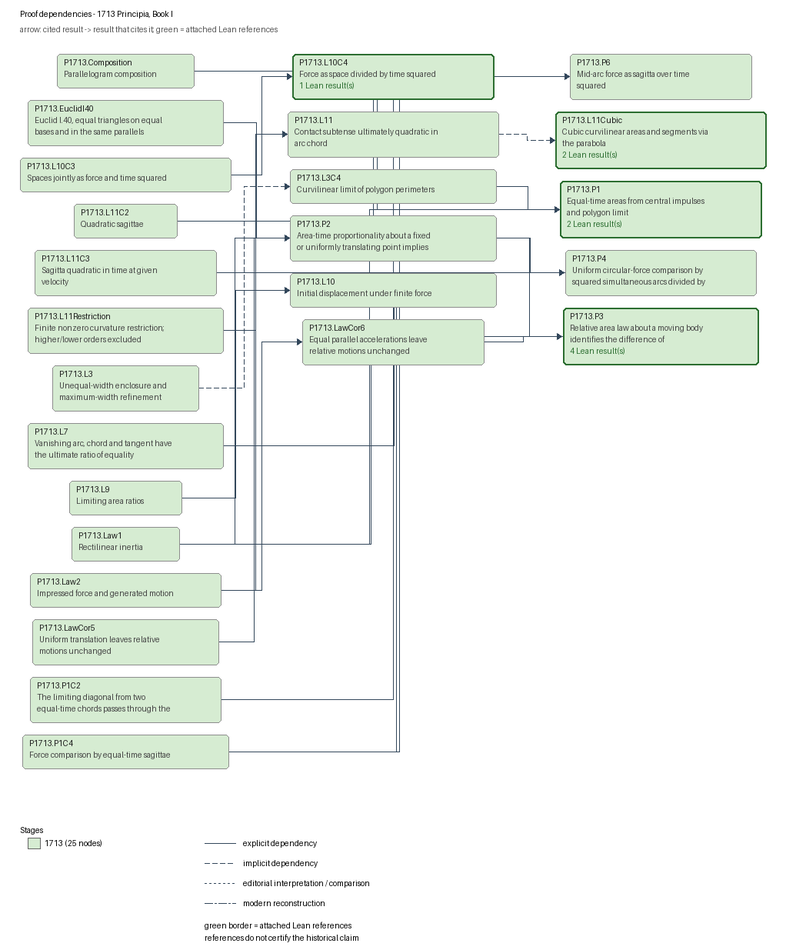
The Graphviz diagram docs/graphs/proof-1713.png in arivero/newtonlean, before a commit. Its source is kept beside it as docs/graphs/proof-1713.dot. Source of this version:
```dot
digraph proof-1713 {
  rankdir=LR;
  node [shape=box, style="rounded,filled"];
  "P1713.Composition" [label="P1713.Composition\nParallelogram composition", fillcolor="#d6ecd2", color="#8d8d8d", penwidth=1];
  "P1713.EuclidI40" [label="P1713.EuclidI40\nEuclid I.40, equal triangles on equal\nbases and in the same parallels", fillcolor="#d6ecd2", color="#8d8d8d", penwidth=1];
  "P1713.L10" [label="P1713.L10\nInitial displacement under finite force", fillcolor="#d6ecd2", color="#8d8d8d", penwidth=1];
  "P1713.L10C3" [label="P1713.L10C3\nSpaces jointly as force and time squared", fillcolor="#d6ecd2", color="#8d8d8d", penwidth=1];
  "P1713.L10C4" [label="P1713.L10C4\nForce as space divided by time squared\n1 Lean result(s)", fillcolor="#d6ecd2", color="#2c6e31", penwidth=2];
  "P1713.L11" [label="P1713.L11\nContact subtense ultimately quadratic in\narc chord", fillcolor="#d6ecd2", color="#8d8d8d", penwidth=1];
  "P1713.L11C2" [label="P1713.L11C2\nQuadratic sagittae", fillcolor="#d6ecd2", color="#8d8d8d", penwidth=1];
  "P1713.L11C3" [label="P1713.L11C3\nSagitta quadratic in time at given\nvelocity", fillcolor="#d6ecd2", color="#8d8d8d", penwidth=1];
  "P1713.L11Cubic" [label="P1713.L11Cubic\nCubic curvilinear areas and segments via\nthe parabola\n2 Lean result(s)", fillcolor="#d6ecd2", color="#2c6e31", penwidth=2];
  "P1713.L11Restriction" [label="P1713.L11Restriction\nFinite nonzero curvature restriction;\nhigher/lower orders excluded", fillcolor="#d6ecd2", color="#8d8d8d", penwidth=1];
  "P1713.L3" [label="P1713.L3\nUnequal-width enclosure and\nmaximum-width refinement", fillcolor="#d6ecd2", color="#8d8d8d", penwidth=1];
  "P1713.L3C4" [label="P1713.L3C4\nCurvilinear limit of polygon perimeters", fillcolor="#d6ecd2", color="#8d8d8d", penwidth=1];
  "P1713.L7" [label="P1713.L7\nVanishing arc, chord and tangent have\nthe ultimate ratio of equality", fillcolor="#d6ecd2", color="#8d8d8d", penwidth=1];
  "P1713.L9" [label="P1713.L9\nLimiting area ratios", fillcolor="#d6ecd2", color="#8d8d8d", penwidth=1];
  "P1713.Law1" [label="P1713.Law1\nRectilinear inertia", fillcolor="#d6ecd2", color="#8d8d8d", penwidth=1];
  "P1713.Law2" [label="P1713.Law2\nImpressed force and generated motion", fillcolor="#d6ecd2", color="#8d8d8d", penwidth=1];
  "P1713.LawCor5" [label="P1713.LawCor5\nUniform translation leaves relative\nmotions unchanged", fillcolor="#d6ecd2", color="#8d8d8d", penwidth=1];
  "P1713.LawCor6" [label="P1713.LawCor6\nEqual parallel accelerations leave\nrelative motions unchanged", fillcolor="#d6ecd2", color="#8d8d8d", penwidth=1];
  "P1713.P1" [label="P1713.P1\nEqual-time areas from central impulses\nand polygon limit\n2 Lean result(s)", fillcolor="#d6ecd2", color="#2c6e31", penwidth=2];
  "P1713.P1C2" [label="P1713.P1C2\nThe limiting diagonal from two\nequal-time chords passes through the", fillcolor="#d6ecd2", color="#8d8d8d", penwidth=1];
  "P1713.P1C4" [label="P1713.P1C4\nForce comparison by equal-time sagittae", fillcolor="#d6ecd2", color="#8d8d8d", penwidth=1];
  "P1713.P2" [label="P1713.P2\nArea-time proportionality about a fixed\nor uniformly translating point implies", fillcolor="#d6ecd2", color="#8d8d8d", penwidth=1];
  "P1713.P3" [label="P1713.P3\nRelative area law about a moving body\nidentifies the difference of\n4 Lean result(s)", fillcolor="#d6ecd2", color="#2c6e31", penwidth=2];
  "P1713.P4" [label="P1713.P4\nUniform circular-force comparison by\nsquared simultaneous arcs divided by", fillcolor="#d6ecd2", color="#8d8d8d", penwidth=1];
  "P1713.P6" [label="P1713.P6\nMid-arc force as sagitta over time\nsquared", fillcolor="#d6ecd2", color="#8d8d8d", penwidth=1];
  "P1713.Law1" -> "P1713.P2" [style=solid, label="proof dependency: explicit_dependency", fontsize=9];
  "P1713.Law2" -> "P1713.P2" [style=solid, label="proof dependency: explicit_dependency", fontsize=9];
  "P1713.EuclidI40" -> "P1713.P2" [style=solid, label="proof dependency: explicit_dependency", fontsize=9];
  "P1713.LawCor5" -> "P1713.P2" [style=solid, label="proof dependency: explicit_dependency", fontsize=9];
  "P1713.Law2" -> "P1713.LawCor6" [style=solid, label="proof dependency: explicit_dependency", fontsize=9];
  "P1713.LawCor6" -> "P1713.P3" [style=solid, label="proof dependency: explicit_dependency", fontsize=9];
  "P1713.Law1" -> "P1713.P3" [style=solid, label="proof dependency: explicit_dependency", fontsize=9];
  "P1713.P2" -> "P1713.P3" [style=solid, label="proof dependency: explicit_dependency", fontsize=9];
  "P1713.P2" -> "P1713.P4" [style=solid, label="proof dependency: explicit_dependency", fontsize=9];
  "P1713.P1C2" -> "P1713.P4" [style=solid, label="proof dependency: explicit_dependency", fontsize=9];
  "P1713.P1C4" -> "P1713.P4" [style=solid, label="proof dependency: explicit_dependency", fontsize=9];
  "P1713.L7" -> "P1713.P4" [style=solid, label="proof dependency: explicit_dependency", fontsize=9];
  "P1713.L9" -> "P1713.L10" [style=solid, label="proof dependency: explicit_dependency", fontsize=9];
  "P1713.L10C3" -> "P1713.L10C4" [style=solid, label="proof dependency: explicit_dependency", fontsize=9];
  "P1713.Law1" -> "P1713.P1" [style=solid, label="proof dependency: explicit_dependency", fontsize=9];
  "P1713.Composition" -> "P1713.P1" [style=solid, label="proof dependency: explicit_dependency", fontsize=9];
  "P1713.L3C4" -> "P1713.P1" [style=solid, label="proof dependency: explicit_dependency", fontsize=9];
  "P1713.L3" -> "P1713.L3C4" [style=dashed, label="proof dependency: implicit_dependency", fontsize=9];
  "P1713.L11" -> "P1713.L11Cubic" [style=dashed, label="proof dependency: implicit_dependency", fontsize=9];
  "P1713.L11Restriction" -> "P1713.L11" [style=solid, label="proof dependency: explicit_dependency", fontsize=9];
  "P1713.P1C4" -> "P1713.P6" [style=solid, label="proof dependency: explicit_dependency", fontsize=9];
  "P1713.L11C2" -> "P1713.P6" [style=solid, label="proof dependency: explicit_dependency", fontsize=9];
  "P1713.L11C3" -> "P1713.P6" [style=solid, label="proof dependency: explicit_dependency", fontsize=9];
  "P1713.L10C4" -> "P1713.P6" [style=solid, label="proof dependency: explicit_dependency", fontsize=9];
}
```
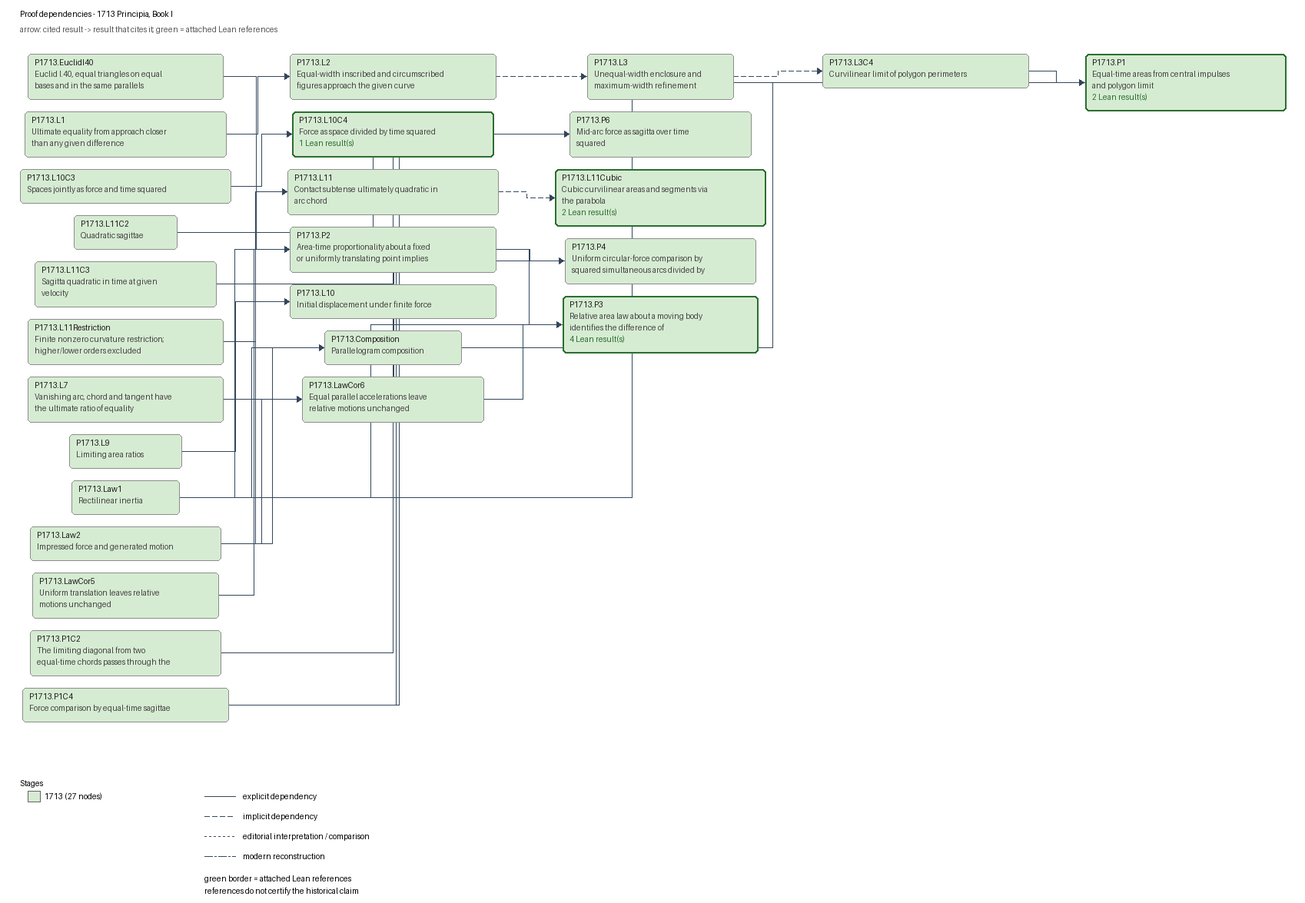
After the commit.

Change to the diagram source:
```diff
@@ -3,6 +3,7 @@
   node [shape=box, style="rounded,filled"];
   "P1713.Composition" [label="P1713.Composition\nParallelogram composition", fillcolor="#d6ecd2", color="#8d8d8d", penwidth=1];
   "P1713.EuclidI40" [label="P1713.EuclidI40\nEuclid I.40, equal triangles on equal\nbases and in the same parallels", fillcolor="#d6ecd2", color="#8d8d8d", penwidth=1];
+  "P1713.L1" [label="P1713.L1\nUltimate equality from approach closer\nthan any given difference", fillcolor="#d6ecd2", color="#8d8d8d", penwidth=1];
   "P1713.L10" [label="P1713.L10\nInitial displacement under finite force", fillcolor="#d6ecd2", color="#8d8d8d", penwidth=1];
   "P1713.L10C3" [label="P1713.L10C3\nSpaces jointly as force and time squared", fillcolor="#d6ecd2", color="#8d8d8d", penwidth=1];
   "P1713.L10C4" [label="P1713.L10C4\nForce as space divided by time squared\n1 Lean result(s)", fillcolor="#d6ecd2", color="#2c6e31", penwidth=2];
@@ -11,6 +12,7 @@
   "P1713.L11C3" [label="P1713.L11C3\nSagitta quadratic in time at given\nvelocity", fillcolor="#d6ecd2", color="#8d8d8d", penwidth=1];
   "P1713.L11Cubic" [label="P1713.L11Cubic\nCubic curvilinear areas and segments via\nthe parabola\n2 Lean result(s)", fillcolor="#d6ecd2", color="#2c6e31", penwidth=2];
   "P1713.L11Restriction" [label="P1713.L11Restriction\nFinite nonzero curvature restriction;\nhigher/lower orders excluded", fillcolor="#d6ecd2", color="#8d8d8d", penwidth=1];
+  "P1713.L2" [label="P1713.L2\nEqual-width inscribed and circumscribed\nfigures approach the given curve", fillcolor="#d6ecd2", color="#8d8d8d", penwidth=1];
   "P1713.L3" [label="P1713.L3\nUnequal-width enclosure and\nmaximum-width refinement", fillcolor="#d6ecd2", color="#8d8d8d", penwidth=1];
   "P1713.L3C4" [label="P1713.L3C4\nCurvilinear limit of polygon perimeters", fillcolor="#d6ecd2", color="#8d8d8d", penwidth=1];
   "P1713.L7" [label="P1713.L7\nVanishing arc, chord and tangent have\nthe ultimate ratio of equality", fillcolor="#d6ecd2", color="#8d8d8d", penwidth=1];
@@ -50,4 +52,8 @@
   "P1713.L11C2" -> "P1713.P6" [style=solid, label="proof dependency: explicit_dependency", fontsize=9];
   "P1713.L11C3" -> "P1713.P6" [style=solid, label="proof dependency: explicit_dependency", fontsize=9];
   "P1713.L10C4" -> "P1713.P6" [style=solid, label="proof dependency: explicit_dependency", fontsize=9];
+  "P1713.L1" -> "P1713.L2" [style=solid, label="proof dependency: explicit_dependency", fontsize=9];
+  "P1713.L2" -> "P1713.L3" [style=dashed, label="proof dependency: implicit_dependency", fontsize=9];
+  "P1713.Law2" -> "P1713.Composition" [style=solid, label="proof dependency: explicit_dependency", fontsize=9];
+  "P1713.Law1" -> "P1713.Composition" [style=solid, label="proof dependency: explicit_dependency", fontsize=9];
 }
```
